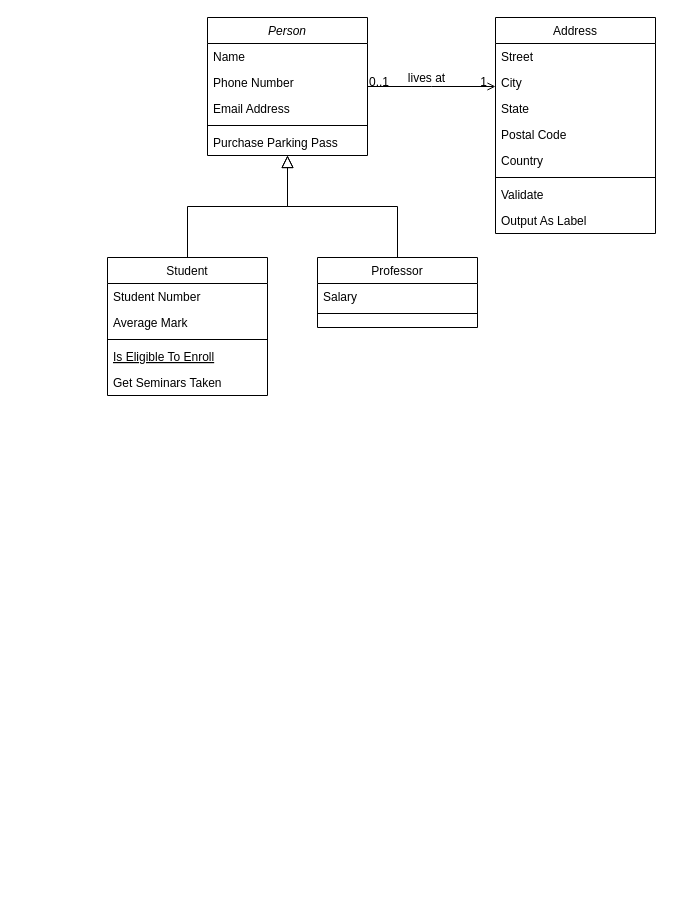
sangbumlikeagod/Leetcode_page keeps this draw.io diagram as 2706.drawio. Above is the earlier version. Source tidied: cells renumbered, new cells numbered last; positions are measured from the earlier drawing's top-left corner, leaving out a move shared by most shapes. Both pictures are drawn from the tidied source at 100%, with x=0, y=0 at pixel (107, 17).
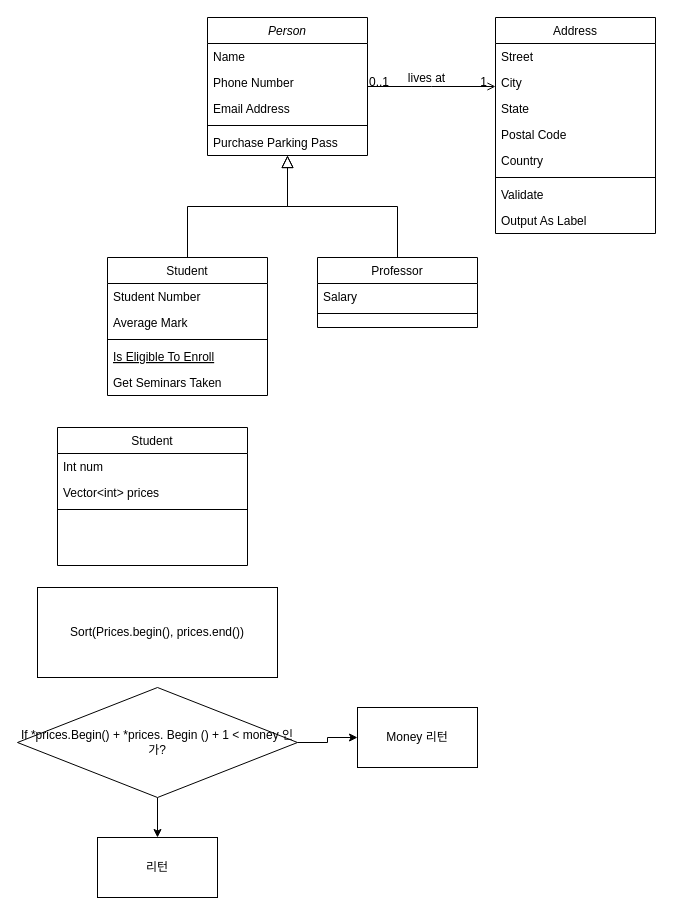
After the change.

Change to the diagram source:
```diff
@@
+    <mxCell id="32" value="Sort(Prices.begin(), prices.end())" style="whiteSpace=wrap;html=1;" parent="1" vertex="1">
+      <mxGeometry x="-70" y="570" width="240" height="90" as="geometry" />
+    </mxCell>
+    <mxCell id="33" value="Student" style="swimlane;fontStyle=0;align=center;verticalAlign=top;horizontal=1;startSize=26;rounded=0;shadow=0;strokeWidth=1;" parent="1" vertex="1">
+      <mxGeometry x="-50" y="410" width="190" height="138" as="geometry" />
+    </mxCell>
+    <mxCell id="34" value="Int num&#10;" style="text;align=left;verticalAlign=top;spacingLeft=4;spacingRight=4;overflow=hidden;" parent="33" vertex="1">
+      <mxGeometry y="26" width="190" height="26" as="geometry" />
+    </mxCell>
+    <mxCell id="35" value="Vector&lt;int&gt; prices" style="text;align=left;verticalAlign=top;spacingLeft=4;spacingRight=4;overflow=hidden;rounded=0;shadow=0;html=0;" parent="33" vertex="1">
+      <mxGeometry y="52" width="190" height="26" as="geometry" />
+    </mxCell>
+    <mxCell id="36" style="line;html=1;strokeWidth=1;align=left;verticalAlign=middle;spacingTop=-1;spacingLeft=3;spacingRight=3;labelPosition=right;" parent="33" vertex="1">
+      <mxGeometry y="78" width="190" height="8" as="geometry" />
+    </mxCell>
+    <mxCell id="37" style="edgeStyle=orthogonalEdgeStyle;rounded=0;jettySize=auto;html=1;" parent="1" edge="1" source="39" target="41">
+      <mxGeometry relative="1" as="geometry" />
+    </mxCell>
+    <mxCell id="38" style="edgeStyle=orthogonalEdgeStyle;rounded=0;jettySize=auto;html=1;entryX=0.5;entryY=0;entryDx=0;entryDy=0;" parent="1" edge="1" source="39" target="40">
+      <mxGeometry relative="1" as="geometry" />
+    </mxCell>
+    <mxCell id="39" value="If *prices.Begin() + *prices. Begin () + 1 &amp;lt; money 인가?" style="whiteSpace=wrap;html=1;shape=rhombus;perimeter=rhombusPerimeter;" parent="1" vertex="1">
+      <mxGeometry x="-90" y="670" width="280" height="110" as="geometry" />
+    </mxCell>
+    <mxCell id="40" value="리턴" style="whiteSpace=wrap;html=1;" parent="1" vertex="1">
+      <mxGeometry x="-10" y="820" width="120" height="60" as="geometry" />
+    </mxCell>
+    <mxCell id="41" value="Money 리턴" style="whiteSpace=wrap;html=1;" parent="1" vertex="1">
+      <mxGeometry x="250" y="690" width="120" height="60" as="geometry" />
+    </mxCell>
```
